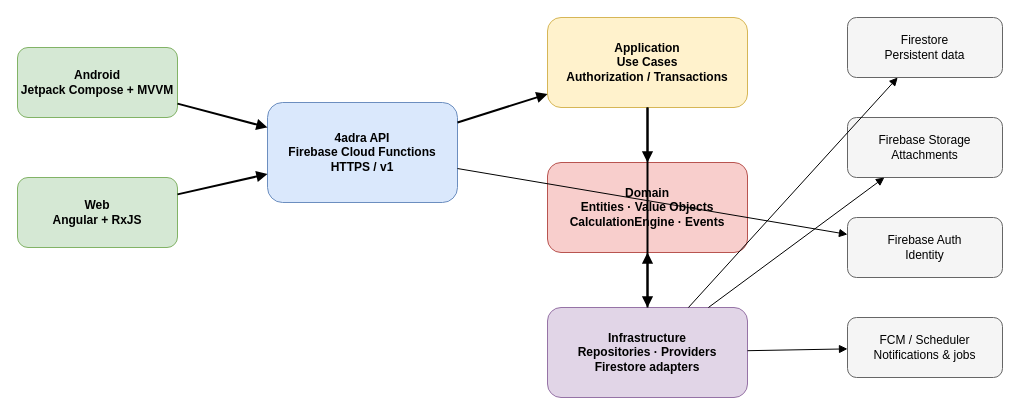
Above: docs/diagrams/Architecture.drawio in ediervillaneda/4adra (draw.io), before the change. Source tidied: cells renumbered, new cells numbered last; positions are measured from the earlier drawing's top-left corner, leaving out a move shared by most shapes. Both pictures are drawn from the tidied source at 100%, with x=0, y=0 at pixel (17, 17).
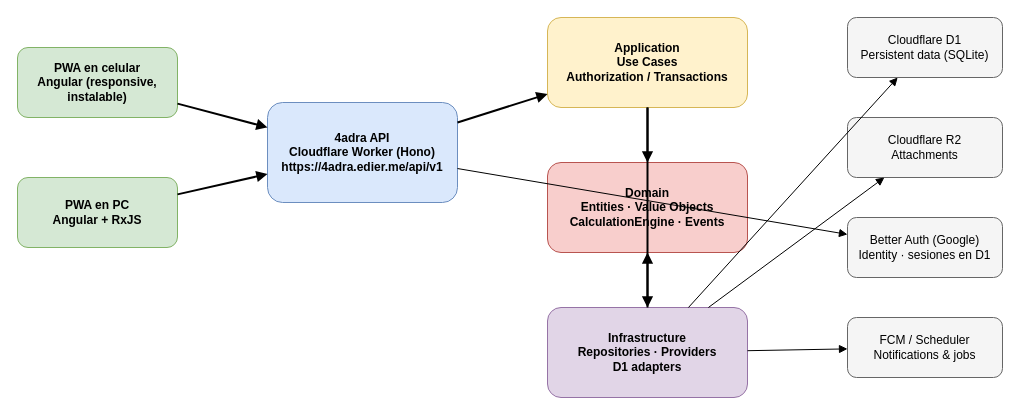
The same diagram, later.

Commit message (it also covers changes not shown here):
docs: checklists, TODO y diagramas para Cloudflare y PWA

What changed in the source:
```diff
@@
-    <mxCell id="2" value="Android&#10;Jetpack Compose + MVVM" style="rounded=1;whiteSpace=wrap;html=1;fillColor=#d5e8d4;strokeColor=#82b366;fontStyle=1;" parent="1" vertex="1">
-      <mxGeometry y="30" width="160" height="70" as="geometry" />
-    </mxCell>
+    <mxCell id="22" value="PWA en celular&#10;Angular (responsive, instalable)" style="rounded=1;whiteSpace=wrap;html=1;fillColor=#d5e8d4;strokeColor=#82b366;fontStyle=1;" parent="1" vertex="1">
+      <mxGeometry y="30" width="160" height="70" as="geometry" />
+    </mxCell>
-    <mxCell id="3" value="Web&#10;Angular + RxJS" style="rounded=1;whiteSpace=wrap;html=1;fillColor=#d5e8d4;strokeColor=#82b366;fontStyle=1;" parent="1" vertex="1">
+    <mxCell id="3" value="PWA en PC&#10;Angular + RxJS" style="rounded=1;whiteSpace=wrap;html=1;fillColor=#d5e8d4;strokeColor=#82b366;fontStyle=1;" parent="1" vertex="1">
       <mxGeometry y="160" width="160" height="70" as="geometry" />
     </mxCell>
-    <mxCell id="4" value="4adra API&#10;Firebase Cloud Functions&#10;HTTPS / v1" style="rounded=1;whiteSpace=wrap;html=1;fillColor=#dae8fc;strokeColor=#6c8ebf;fontStyle=1;" parent="1" vertex="1">
+    <mxCell id="4" value="4adra API&#10;Cloudflare Worker (Hono)&#10;https://4adra.edier.me/api/v1" style="rounded=1;whiteSpace=wrap;html=1;fillColor=#dae8fc;strokeColor=#6c8ebf;fontStyle=1;" parent="1" vertex="1">
       <mxGeometry x="250" y="85" width="190" height="100" as="geometry" />
     </mxCell>
@@
-    <mxCell id="7" value="Infrastructure&#10;Repositories · Providers&#10;Firestore adapters" style="rounded=1;whiteSpace=wrap;html=1;fillColor=#e1d5e7;strokeColor=#9673a6;fontStyle=1;" parent="1" vertex="1">
+    <mxCell id="7" value="Infrastructure&#10;Repositories · Providers&#10;D1 adapters" style="rounded=1;whiteSpace=wrap;html=1;fillColor=#e1d5e7;strokeColor=#9673a6;fontStyle=1;" parent="1" vertex="1">
       <mxGeometry x="530" y="290" width="200" height="90" as="geometry" />
     </mxCell>
-    <mxCell id="8" value="Firestore&#10;Persistent data" style="rounded=1;whiteSpace=wrap;html=1;fillColor=#f5f5f5;strokeColor=#666666;" parent="1" vertex="1">
-      <mxGeometry x="830" width="155" height="60" as="geometry" />
-    </mxCell>
+    <mxCell id="23" value="Cloudflare D1&#10;Persistent data (SQLite)" style="rounded=1;whiteSpace=wrap;html=1;fillColor=#f5f5f5;strokeColor=#666666;" parent="1" vertex="1">
+      <mxGeometry x="830" width="155" height="60" as="geometry" />
+    </mxCell>
-    <mxCell id="9" value="Firebase Storage&#10;Attachments" style="rounded=1;whiteSpace=wrap;html=1;fillColor=#f5f5f5;strokeColor=#666666;" parent="1" vertex="1">
+    <mxCell id="9" value="Cloudflare R2&#10;Attachments" style="rounded=1;whiteSpace=wrap;html=1;fillColor=#f5f5f5;strokeColor=#666666;" parent="1" vertex="1">
       <mxGeometry x="830" y="100" width="155" height="60" as="geometry" />
     </mxCell>
-    <mxCell id="10" value="Firebase Auth&#10;Identity" style="rounded=1;whiteSpace=wrap;html=1;fillColor=#f5f5f5;strokeColor=#666666;" parent="1" vertex="1">
+    <mxCell id="10" value="Better Auth (Google)&#10;Identity · sesiones en D1" style="rounded=1;whiteSpace=wrap;html=1;fillColor=#f5f5f5;strokeColor=#666666;" parent="1" vertex="1">
       <mxGeometry x="830" y="200" width="155" height="60" as="geometry" />
     </mxCell>
@@
-    <mxCell id="12" style="endArrow=block;html=1;strokeWidth=2;" parent="1" edge="1" source="2" target="4">
+    <mxCell id="12" style="endArrow=block;html=1;strokeWidth=2;" parent="1" edge="1" source="22" target="4">
       <mxGeometry relative="1" as="geometry" />
     </mxCell>
@@
-    <mxCell id="18" style="endArrow=block;html=1;" parent="1" edge="1" source="7" target="8">
+    <mxCell id="18" style="endArrow=block;html=1;" parent="1" edge="1" source="7" target="23">
       <mxGeometry relative="1" as="geometry" />
     </mxCell>
```
